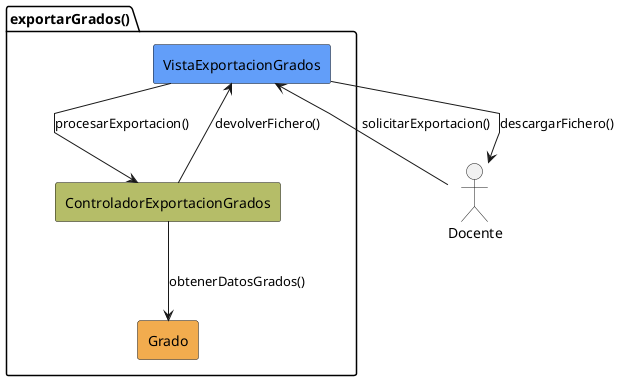
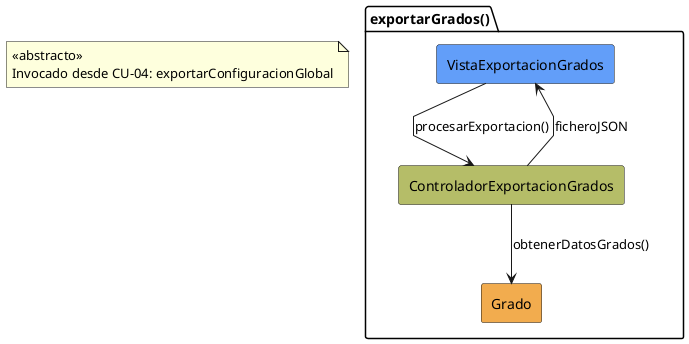
- ﻿@startuml exportarGrados-analisis
+ @startuml exportarGrados-analisis
skinparam linetype polyline

- actor Docente
+ note "<<abstracto>>\nInvocado desde CU-04: exportarConfiguracionGlobal" as N1
package exportarGrados as "exportarGrados()" {
    rectangle #629EF9 VistaExportacionGrados
    rectangle #b5bd68 ControladorExportacionGrados
    rectangle #F2AC4E Grado
}

- Docente -r-> VistaExportacionGrados: solicitarExportacion()
VistaExportacionGrados -d-> ControladorExportacionGrados: procesarExportacion()
ControladorExportacionGrados --> Grado: obtenerDatosGrados()
- ControladorExportacionGrados --> VistaExportacionGrados: devolverFichero()
- VistaExportacionGrados --> Docente: descargarFichero()
+ ControladorExportacionGrados --> VistaExportacionGrados: ficheroJSON

@enduml
